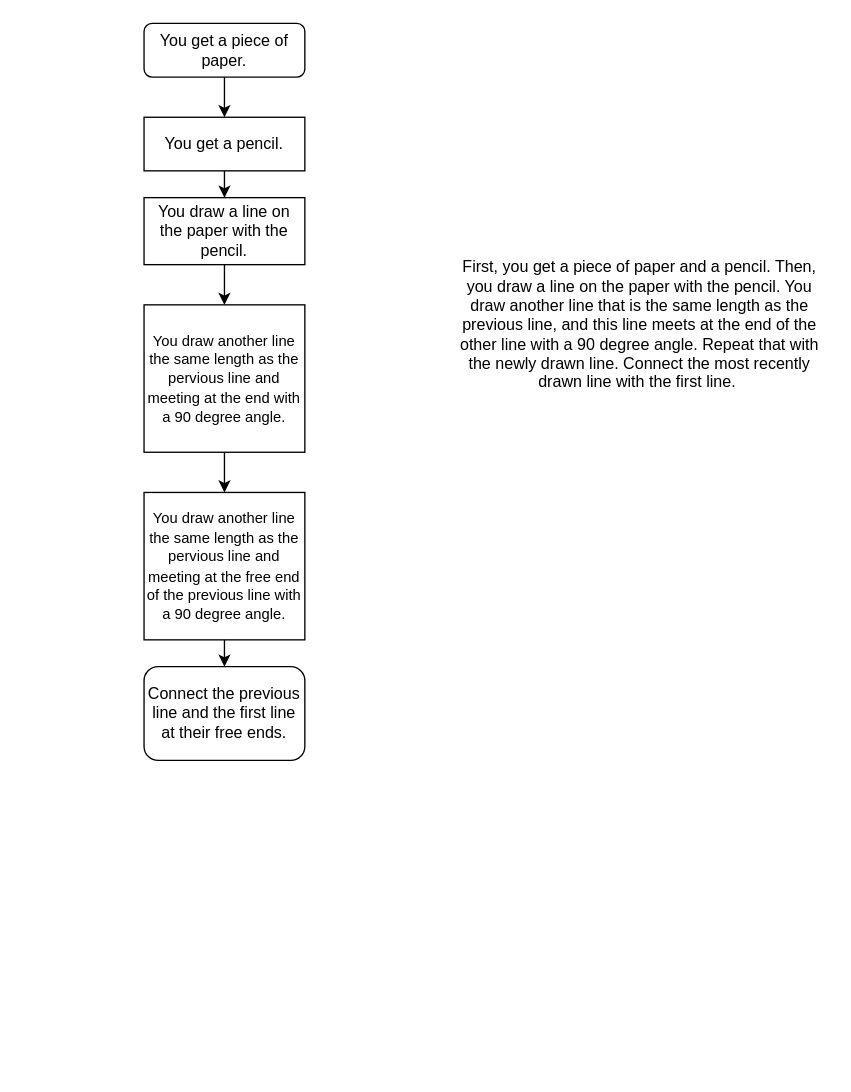
The draw.io diagram AP CSP 2.1 Exercise.drawio in ChloeXZheng/Flowcharts, before the edit. Source tidied: cells renumbered, new cells numbered last; positions are measured from the earlier drawing's top-left corner, leaving out a move shared by most shapes. Both pictures are drawn from the tidied source at 134%, with x=0, y=0 at pixel (143, 23).
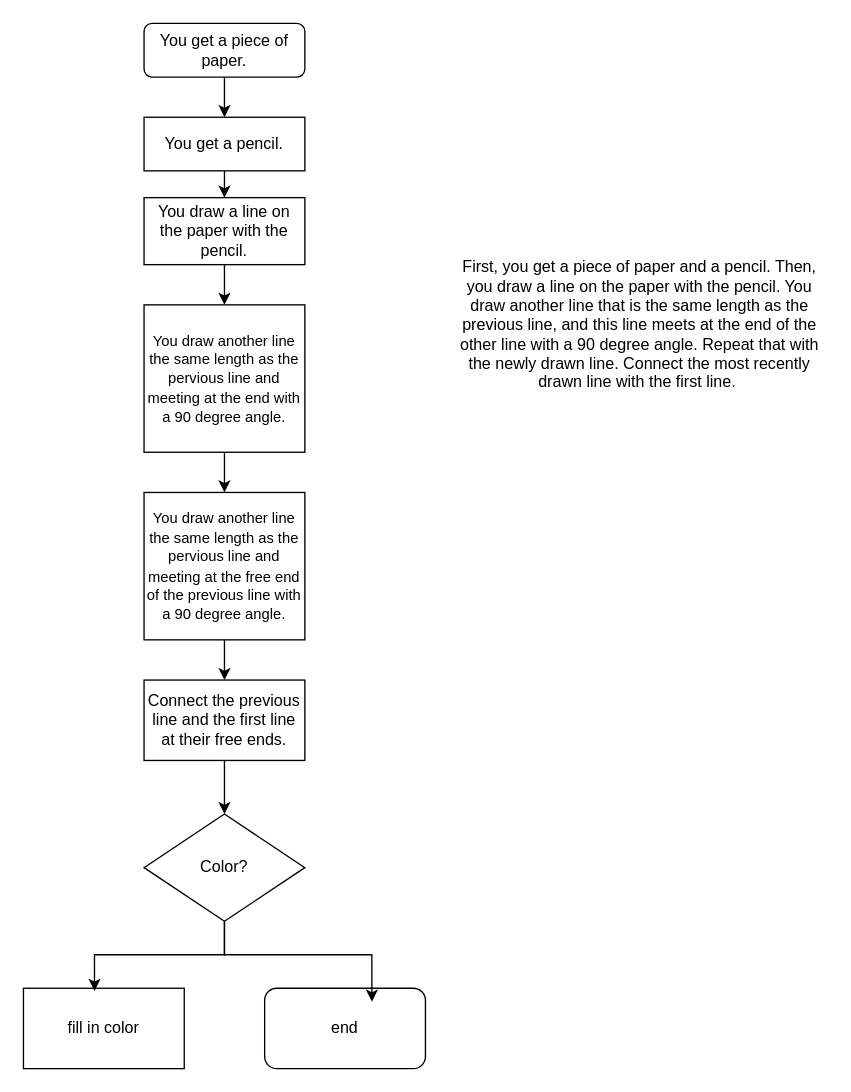
The same diagram, later.

Diff of the diagram source:
```diff
@@
 <mxGraphModel>
   <root>
     <mxCell id="0" />
     <mxCell id="1" parent="0" />
     <mxCell id="2" style="edgeStyle=orthogonalEdgeStyle;rounded=0;jettySize=auto;html=1;exitX=0.5;exitY=1;exitDx=0;exitDy=0;" parent="1" edge="1" source="3" target="6">
       <mxGeometry relative="1" as="geometry" />
     </mxCell>
     <mxCell id="3" value="You get a piece of paper." style="rounded=1;whiteSpace=wrap;html=1;fontSize=12;glass=0;strokeWidth=1;shadow=0;" parent="1" vertex="1">
       <mxGeometry width="120" height="40" as="geometry" />
     </mxCell>
-    <mxCell id="4" value="Connect the previous line and the first line at their free ends." style="rounded=1;whiteSpace=wrap;html=1;fontSize=12;glass=0;strokeWidth=1;shadow=0;" parent="1" vertex="1">
-      <mxGeometry y="480" width="120" height="70" as="geometry" />
-    </mxCell>
     <mxCell id="5" style="edgeStyle=orthogonalEdgeStyle;rounded=0;jettySize=auto;html=1;exitX=0.5;exitY=1;exitDx=0;exitDy=0;entryX=0.5;entryY=0;entryDx=0;entryDy=0;" parent="1" edge="1" source="6" target="8">
       <mxGeometry relative="1" as="geometry" />
     </mxCell>
     <mxCell id="6" value="You get a pencil." style="rounded=0;whiteSpace=wrap;html=1;" parent="1" vertex="1">
       <mxGeometry y="70" width="120" height="40" as="geometry" />
     </mxCell>
     <mxCell id="7" style="edgeStyle=orthogonalEdgeStyle;rounded=0;jettySize=auto;html=1;exitX=0.5;exitY=1;exitDx=0;exitDy=0;entryX=0.5;entryY=0;entryDx=0;entryDy=0;" parent="1" edge="1" source="8" target="10">
       <mxGeometry relative="1" as="geometry" />
     </mxCell>
     <mxCell id="8" value="You draw a line on the paper with the pencil." style="rounded=0;whiteSpace=wrap;html=1;" parent="1" vertex="1">
       <mxGeometry y="130" width="120" height="50" as="geometry" />
     </mxCell>
     <mxCell id="9" style="edgeStyle=orthogonalEdgeStyle;rounded=0;jettySize=auto;html=1;exitX=0.5;exitY=1;exitDx=0;exitDy=0;entryX=0.5;entryY=0;entryDx=0;entryDy=0;" parent="1" edge="1" source="10" target="12">
       <mxGeometry relative="1" as="geometry" />
     </mxCell>
     <mxCell id="10" value="&lt;font style=&quot;font-size: 11px;&quot;&gt;You draw another line the same length as the pervious line and meeting at the end with a 90 degree angle.&lt;/font&gt;" style="rounded=0;whiteSpace=wrap;html=1;" parent="1" vertex="1">
       <mxGeometry y="210" width="120" height="110" as="geometry" />
     </mxCell>
     <mxCell id="11" style="edgeStyle=orthogonalEdgeStyle;rounded=0;jettySize=auto;html=1;exitX=0.5;exitY=1;exitDx=0;exitDy=0;entryX=0.5;entryY=0;entryDx=0;entryDy=0;" parent="1" edge="1" source="12" target="4">
       <mxGeometry relative="1" as="geometry" />
     </mxCell>
     <mxCell id="12" value="&lt;font style=&quot;font-size: 11px;&quot;&gt;You draw another line the same length as the pervious line and meeting at the free end of the previous line with a 90 degree angle.&lt;/font&gt;" style="rounded=0;whiteSpace=wrap;html=1;" parent="1" vertex="1">
       <mxGeometry y="350" width="120" height="110" as="geometry" />
     </mxCell>
     <mxCell id="13" value="First, you get a piece of paper and a pencil. Then, you draw a line on the paper with the pencil. You draw another line that is the same length as the previous line, and this line meets at the end of the other line with a 90 degree angle. Repeat that with the newly drawn line. Connect the most recently drawn line with the first line.&amp;nbsp;" style="text;html=1;strokeColor=none;fillColor=none;align=center;verticalAlign=middle;whiteSpace=wrap;rounded=0;" parent="1" vertex="1">
       <mxGeometry x="230" y="130" width="280" height="190" as="geometry" />
     </mxCell>
+    <mxCell id="14" value="Color?" style="rhombus;whiteSpace=wrap;html=1;" parent="1" vertex="1">
+      <mxGeometry y="590" width="120" height="80" as="geometry" />
+    </mxCell>
+    <mxCell id="15" value="fill in color" style="rounded=0;whiteSpace=wrap;html=1;" parent="1" vertex="1">
+      <mxGeometry x="-90" y="720" width="120" height="60" as="geometry" />
+    </mxCell>
+    <mxCell id="16" style="edgeStyle=orthogonalEdgeStyle;rounded=0;jettySize=auto;html=1;entryX=0.5;entryY=0;entryDx=0;entryDy=0;" parent="1" edge="1" source="4" target="14">
+      <mxGeometry relative="1" as="geometry" />
+    </mxCell>
+    <mxCell id="4" value="Connect the previous line and the first line at their free ends." style="rounded=0;whiteSpace=wrap;html=1;" parent="1" vertex="1">
+      <mxGeometry y="490" width="120" height="60" as="geometry" />
+    </mxCell>
+    <mxCell id="17" style="edgeStyle=orthogonalEdgeStyle;rounded=0;jettySize=auto;html=1;entryX=0.442;entryY=0.033;entryDx=0;entryDy=0;entryPerimeter=0;" parent="1" edge="1" source="14" target="15">
+      <mxGeometry relative="1" as="geometry" />
+    </mxCell>
+    <mxCell id="18" value="end" style="rounded=1;whiteSpace=wrap;html=1;" parent="1" vertex="1">
+      <mxGeometry x="90" y="720" width="120" height="60" as="geometry" />
+    </mxCell>
+    <mxCell id="19" style="edgeStyle=orthogonalEdgeStyle;rounded=0;jettySize=auto;html=1;entryX=0.667;entryY=0.167;entryDx=0;entryDy=0;entryPerimeter=0;" parent="1" edge="1" source="14" target="18">
+      <mxGeometry relative="1" as="geometry" />
+    </mxCell>
   </root>
 </mxGraphModel>
```
